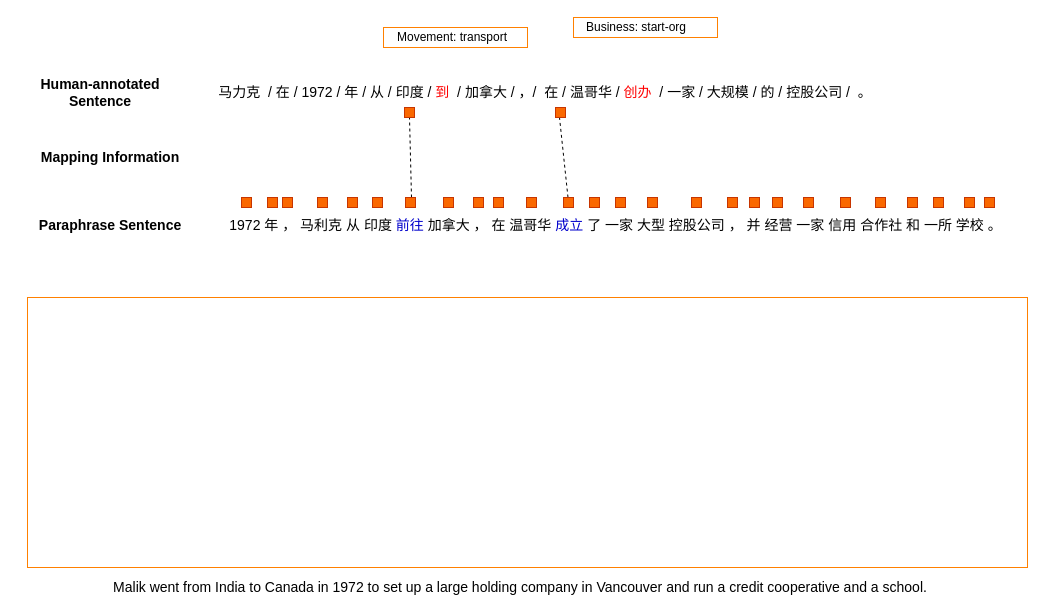
This is alignmeng.drawio from gitofding/first_repository, a draw.io file, before an edit. Source tidied: cells renumbered, new cells numbered last; positions are measured from the earlier drawing's top-left corner, leaving out a move shared by most shapes. Both pictures are drawn from the tidied source at 100%, with x=0, y=0 at pixel (17, 17).
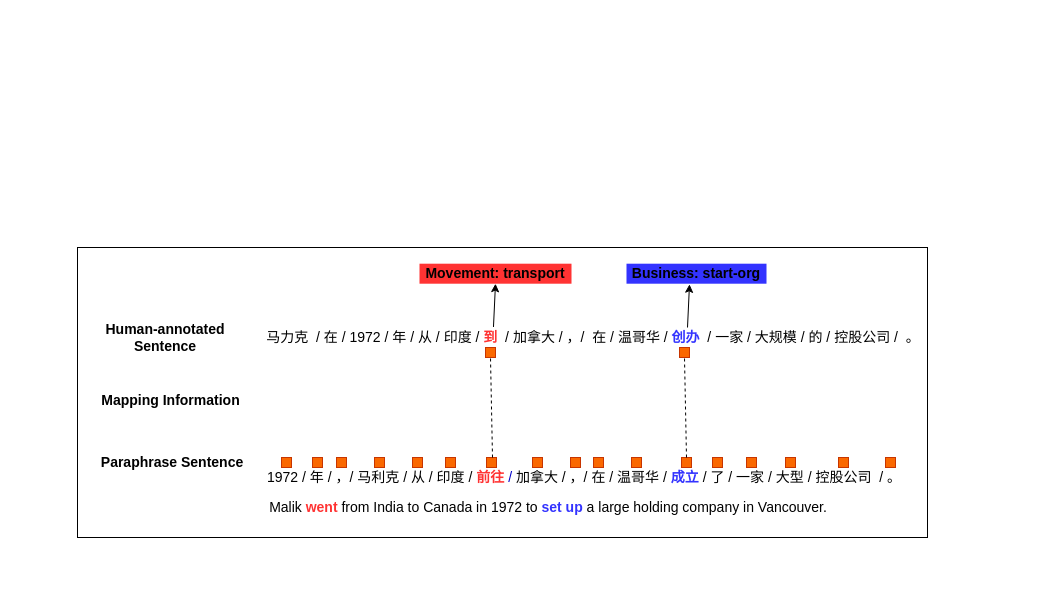
After the change.

Change to the diagram source:
```diff
@@
+    <mxCell id="38" style="rounded=0;whiteSpace=wrap;html=1;" parent="1" vertex="1">
+      <mxGeometry x="60" y="230" width="850" height="290" as="geometry" />
+    </mxCell>
-    <mxCell id="2" value="&lt;font style=&quot;font-size: 14px&quot;&gt;马力克&amp;nbsp; / 在 / 1972 / 年 / 从 / 印度 /&amp;nbsp;&lt;font color=&quot;#ff0000&quot;&gt;到&amp;nbsp; &lt;/font&gt;/ 加拿大 / ，/&amp;nbsp; 在 / 温哥华 /&amp;nbsp;&lt;font color=&quot;#ff0000&quot;&gt;创办&amp;nbsp;&amp;nbsp;&lt;/font&gt;/ 一家 / 大规模 / 的 / 控股公司 /&amp;nbsp; 。&lt;/font&gt;" style="text;html=1;strokeColor=none;fillColor=none;align=center;verticalAlign=middle;whiteSpace=wrap;rounded=0;" parent="1" vertex="1">
-      <mxGeometry x="198" y="50" width="660" height="50" as="geometry" />
+    <mxCell id="2" value="&lt;font style=&quot;font-size: 14px&quot;&gt;马力克&amp;nbsp; / 在 / 1972 / 年 / 从 / 印度 /&amp;nbsp;&lt;b&gt;&lt;font color=&quot;#ff3333&quot;&gt;到&lt;/font&gt;&amp;nbsp;&lt;/b&gt;&amp;nbsp;/ 加拿大 / ，/&amp;nbsp; 在 / 温哥华 /&amp;nbsp;&lt;b&gt;&lt;font color=&quot;#3333ff&quot;&gt;创办&lt;/font&gt;&lt;/b&gt;&lt;font color=&quot;#ff0000&quot;&gt;&amp;nbsp;&amp;nbsp;&lt;/font&gt;/ 一家 / 大规模 / 的 / 控股公司 /&amp;nbsp; 。&lt;/font&gt;" style="text;html=1;strokeColor=none;fillColor=none;align=center;verticalAlign=middle;whiteSpace=wrap;rounded=0;" parent="1" vertex="1">
+      <mxGeometry x="247" y="310" width="658" height="20" as="geometry" />
     </mxCell>
-    <mxCell id="3" value="&lt;font style=&quot;font-size: 14px&quot;&gt;1972 年 ， 马利克 从 印度 &lt;font color=&quot;#0000cc&quot;&gt;前往 &lt;/font&gt;加拿大 ， 在 温哥华 &lt;font color=&quot;#0000cc&quot;&gt;成立 &lt;/font&gt;了 一家 大型 控股公司 ， 并 经营 一家 信用 合作社 和 一所 学校 。&lt;/font&gt;" style="text;html=1;strokeColor=none;fillColor=none;align=center;verticalAlign=middle;whiteSpace=wrap;rounded=0;" parent="1" vertex="1">
-      <mxGeometry x="206.5" y="190" width="783" height="35" as="geometry" />
-    </mxCell>
-    <mxCell id="4" value="&lt;b&gt;&lt;font style=&quot;font-size: 14px&quot;&gt;Human-annotated Sentence&lt;/font&gt;&lt;/b&gt;" style="text;html=1;strokeColor=none;fillColor=none;align=center;verticalAlign=middle;whiteSpace=wrap;rounded=0;" parent="1" vertex="1">
-      <mxGeometry y="65" width="166" height="20" as="geometry" />
-    </mxCell>
+    <mxCell id="43" value="&lt;font style=&quot;font-size: 14px&quot;&gt;1972 / 年 / ，/ 马利克 / 从 / 印度 /&amp;nbsp;&lt;b&gt;&lt;font color=&quot;#ff3333&quot;&gt;前往&lt;/font&gt;&lt;/b&gt;&lt;font color=&quot;#0000cc&quot;&gt; /&amp;nbsp;&lt;/font&gt;加拿大 / ，/ 在 / 温哥华 /&amp;nbsp;&lt;b&gt;&lt;font color=&quot;#3333ff&quot;&gt;成立&lt;/font&gt;&amp;nbsp;&lt;/b&gt;/ 了 / 一家 / 大型 / 控股公司&amp;nbsp; / 。&lt;/font&gt;" style="text;html=1;strokeColor=none;fillColor=none;align=center;verticalAlign=middle;whiteSpace=wrap;rounded=0;" parent="1" vertex="1">
+      <mxGeometry x="247" y="450" width="640" height="20" as="geometry" />
+    </mxCell>
     <mxCell id="5" value="&lt;b&gt;&lt;font style=&quot;font-size: 14px&quot;&gt;Paraphrase Sentence&lt;/font&gt;&lt;/b&gt;" style="text;html=1;strokeColor=none;fillColor=none;align=center;verticalAlign=middle;whiteSpace=wrap;rounded=0;" parent="1" vertex="1">
-      <mxGeometry x="10" y="197.5" width="166" height="20" as="geometry" />
+      <mxGeometry x="80.2" y="435" width="150" height="20" as="geometry" />
     </mxCell>
     <mxCell id="6" value="&lt;b&gt;&lt;font style=&quot;font-size: 14px&quot;&gt;Mapping Information&lt;/font&gt;&lt;/b&gt;" style="text;html=1;strokeColor=none;fillColor=none;align=center;verticalAlign=middle;whiteSpace=wrap;rounded=0;" parent="1" vertex="1">
-      <mxGeometry x="10" y="130" width="166" height="20" as="geometry" />
+      <mxGeometry x="80.2" y="373" width="147" height="20" as="geometry" />
     </mxCell>
-    <mxCell id="7" style="endArrow=none;dashed=1;html=1;exitX=0;exitY=0.75;exitDx=0;exitDy=0;entryX=0.5;entryY=1;entryDx=0;entryDy=0;" parent="1" edge="1">
-      <mxGeometry relative="1" as="geometry">
-        <mxPoint x="550.5" y="180" as="sourcePoint" />
-        <mxPoint x="542" y="100" as="targetPoint" />
-      </mxGeometry>
-    </mxCell>
-    <mxCell id="8" style="endArrow=none;dashed=1;html=1;exitX=0;exitY=0.5;exitDx=0;exitDy=0;entryX=1;entryY=0.5;entryDx=0;entryDy=0;" parent="1" edge="1" target="35">
-      <mxGeometry relative="1" as="geometry">
-        <mxPoint x="394" y="180" as="sourcePoint" />
-      </mxGeometry>
-    </mxCell>
-    <mxCell id="9" style="rounded=0;whiteSpace=wrap;html=1;direction=south;fillColor=#fa6800;strokeColor=#C73500;fontColor=#ffffff;" parent="1" vertex="1">
-      <mxGeometry x="224" y="180" width="10" height="10" as="geometry" />
-    </mxCell>
-    <mxCell id="10" style="rounded=0;whiteSpace=wrap;html=1;direction=south;fillColor=#fa6800;strokeColor=#C73500;fontColor=#ffffff;" parent="1" vertex="1">
-      <mxGeometry x="250" y="180" width="10" height="10" as="geometry" />
-    </mxCell>
-    <mxCell id="11" style="rounded=0;whiteSpace=wrap;html=1;direction=south;fillColor=#fa6800;strokeColor=#C73500;fontColor=#ffffff;" parent="1" vertex="1">
-      <mxGeometry x="265" y="180" width="10" height="10" as="geometry" />
-    </mxCell>
-    <mxCell id="12" style="rounded=0;whiteSpace=wrap;html=1;direction=south;fillColor=#fa6800;strokeColor=#C73500;fontColor=#ffffff;" parent="1" vertex="1">
-      <mxGeometry x="300" y="180" width="10" height="10" as="geometry" />
-    </mxCell>
-    <mxCell id="13" style="rounded=0;whiteSpace=wrap;html=1;direction=south;fillColor=#fa6800;strokeColor=#C73500;fontColor=#ffffff;" parent="1" vertex="1">
-      <mxGeometry x="330" y="180" width="10" height="10" as="geometry" />
-    </mxCell>
-    <mxCell id="14" style="rounded=0;whiteSpace=wrap;html=1;direction=south;fillColor=#fa6800;strokeColor=#C73500;fontColor=#ffffff;" parent="1" vertex="1">
-      <mxGeometry x="355" y="180" width="10" height="10" as="geometry" />
-    </mxCell>
-    <mxCell id="15" style="rounded=0;whiteSpace=wrap;html=1;direction=south;fillColor=#fa6800;strokeColor=#C73500;fontColor=#ffffff;" parent="1" vertex="1">
-      <mxGeometry x="388" y="180" width="10" height="10" as="geometry" />
-    </mxCell>
-    <mxCell id="16" style="rounded=0;whiteSpace=wrap;html=1;direction=south;fillColor=#fa6800;strokeColor=#C73500;fontColor=#ffffff;" parent="1" vertex="1">
-      <mxGeometry x="426" y="180" width="10" height="10" as="geometry" />
-    </mxCell>
-    <mxCell id="17" style="rounded=0;whiteSpace=wrap;html=1;direction=south;fillColor=#fa6800;strokeColor=#C73500;fontColor=#ffffff;" parent="1" vertex="1">
-      <mxGeometry x="456" y="180" width="10" height="10" as="geometry" />
-    </mxCell>
-    <mxCell id="18" style="rounded=0;whiteSpace=wrap;html=1;direction=south;fillColor=#fa6800;strokeColor=#C73500;fontColor=#ffffff;" parent="1" vertex="1">
-      <mxGeometry x="476" y="180" width="10" height="10" as="geometry" />
-    </mxCell>
-    <mxCell id="19" style="rounded=0;whiteSpace=wrap;html=1;direction=south;fillColor=#fa6800;strokeColor=#C73500;fontColor=#ffffff;" parent="1" vertex="1">
-      <mxGeometry x="509" y="180" width="10" height="10" as="geometry" />
-    </mxCell>
-    <mxCell id="20" style="rounded=0;whiteSpace=wrap;html=1;direction=south;fillColor=#fa6800;strokeColor=#C73500;fontColor=#ffffff;" parent="1" vertex="1">
-      <mxGeometry x="546" y="180" width="10" height="10" as="geometry" />
-    </mxCell>
-    <mxCell id="21" style="rounded=0;whiteSpace=wrap;html=1;direction=south;fillColor=#fa6800;strokeColor=#C73500;fontColor=#ffffff;" parent="1" vertex="1">
-      <mxGeometry x="572" y="180" width="10" height="10" as="geometry" />
-    </mxCell>
-    <mxCell id="22" style="rounded=0;whiteSpace=wrap;html=1;direction=south;fillColor=#fa6800;strokeColor=#C73500;fontColor=#ffffff;" parent="1" vertex="1">
-      <mxGeometry x="598" y="180" width="10" height="10" as="geometry" />
-    </mxCell>
-    <mxCell id="23" style="rounded=0;whiteSpace=wrap;html=1;direction=south;fillColor=#fa6800;strokeColor=#C73500;fontColor=#ffffff;" parent="1" vertex="1">
-      <mxGeometry x="630" y="180" width="10" height="10" as="geometry" />
-    </mxCell>
-    <mxCell id="24" style="rounded=0;whiteSpace=wrap;html=1;direction=south;fillColor=#fa6800;strokeColor=#C73500;fontColor=#ffffff;" parent="1" vertex="1">
-      <mxGeometry x="674" y="180" width="10" height="10" as="geometry" />
-    </mxCell>
-    <mxCell id="25" style="rounded=0;whiteSpace=wrap;html=1;direction=south;fillColor=#fa6800;strokeColor=#C73500;fontColor=#ffffff;" parent="1" vertex="1">
-      <mxGeometry x="710" y="180" width="10" height="10" as="geometry" />
-    </mxCell>
-    <mxCell id="26" style="rounded=0;whiteSpace=wrap;html=1;direction=south;fillColor=#fa6800;strokeColor=#C73500;fontColor=#ffffff;" parent="1" vertex="1">
-      <mxGeometry x="732" y="180" width="10" height="10" as="geometry" />
-    </mxCell>
-    <mxCell id="27" style="rounded=0;whiteSpace=wrap;html=1;direction=south;fillColor=#fa6800;strokeColor=#C73500;fontColor=#ffffff;" parent="1" vertex="1">
-      <mxGeometry x="755" y="180" width="10" height="10" as="geometry" />
-    </mxCell>
-    <mxCell id="28" style="rounded=0;whiteSpace=wrap;html=1;direction=south;fillColor=#fa6800;strokeColor=#C73500;fontColor=#ffffff;" parent="1" vertex="1">
-      <mxGeometry x="786" y="180" width="10" height="10" as="geometry" />
-    </mxCell>
-    <mxCell id="29" style="rounded=0;whiteSpace=wrap;html=1;direction=south;fillColor=#fa6800;strokeColor=#C73500;fontColor=#ffffff;" parent="1" vertex="1">
-      <mxGeometry x="823" y="180" width="10" height="10" as="geometry" />
-    </mxCell>
-    <mxCell id="30" style="rounded=0;whiteSpace=wrap;html=1;direction=south;fillColor=#fa6800;strokeColor=#C73500;fontColor=#ffffff;" parent="1" vertex="1">
-      <mxGeometry x="858" y="180" width="10" height="10" as="geometry" />
-    </mxCell>
-    <mxCell id="31" style="rounded=0;whiteSpace=wrap;html=1;direction=south;fillColor=#fa6800;strokeColor=#C73500;fontColor=#ffffff;" parent="1" vertex="1">
-      <mxGeometry x="890" y="180" width="10" height="10" as="geometry" />
-    </mxCell>
-    <mxCell id="32" style="rounded=0;whiteSpace=wrap;html=1;direction=south;fillColor=#fa6800;strokeColor=#C73500;fontColor=#ffffff;" parent="1" vertex="1">
-      <mxGeometry x="916" y="180" width="10" height="10" as="geometry" />
-    </mxCell>
-    <mxCell id="33" style="rounded=0;whiteSpace=wrap;html=1;direction=south;fillColor=#fa6800;strokeColor=#C73500;fontColor=#ffffff;" parent="1" vertex="1">
-      <mxGeometry x="947" y="180" width="10" height="10" as="geometry" />
-    </mxCell>
-    <mxCell id="34" style="rounded=0;whiteSpace=wrap;html=1;direction=south;fillColor=#fa6800;strokeColor=#C73500;fontColor=#ffffff;" parent="1" vertex="1">
-      <mxGeometry x="967" y="180" width="10" height="10" as="geometry" />
-    </mxCell>
-    <mxCell id="35" style="rounded=0;whiteSpace=wrap;html=1;direction=south;fillColor=#fa6800;strokeColor=#C73500;fontColor=#ffffff;" parent="1" vertex="1">
-      <mxGeometry x="387" y="90" width="10" height="10" as="geometry" />
-    </mxCell>
-    <mxCell id="36" style="rounded=0;whiteSpace=wrap;html=1;direction=south;fillColor=#fa6800;strokeColor=#C73500;fontColor=#ffffff;" parent="1" vertex="1">
-      <mxGeometry x="538" y="90" width="10" height="10" as="geometry" />
-    </mxCell>
-    <mxCell id="37" value="&lt;font style=&quot;font-size: 14px&quot;&gt;Malik went from India to Canada in 1972 to set up a large holding company in Vancouver and run a credit cooperative and a school.&lt;/font&gt;" style="text;html=1;strokeColor=none;fillColor=none;align=center;verticalAlign=middle;whiteSpace=wrap;rounded=0;" parent="1" vertex="1">
-      <mxGeometry x="90" y="560" width="826" height="20" as="geometry" />
-    </mxCell>
-    <mxCell id="38" style="rounded=0;whiteSpace=wrap;html=1;strokeColor=#FF8000;" parent="1" vertex="1">
-      <mxGeometry x="10" y="280" width="1000" height="270" as="geometry" />
-    </mxCell>
-    <mxCell id="39" style="rounded=0;whiteSpace=wrap;html=1;strokeColor=#FF8000;" parent="1" vertex="1">
-      <mxGeometry x="366" y="10" width="144" height="20" as="geometry" />
-    </mxCell>
+    <mxCell id="4" value="&lt;b&gt;&lt;font style=&quot;font-size: 14px&quot;&gt;Human-annotated Sentence&lt;/font&gt;&lt;/b&gt;" style="text;html=1;strokeColor=none;fillColor=none;align=center;verticalAlign=middle;whiteSpace=wrap;rounded=0;" parent="1" vertex="1">
+      <mxGeometry x="80.2" y="310" width="135.5" height="20" as="geometry" />
+    </mxCell>
+    <mxCell id="44" value="&lt;span style=&quot;font-size: 14px&quot;&gt;Malik &lt;b&gt;&lt;font color=&quot;#ff3333&quot;&gt;went&lt;/font&gt;&lt;/b&gt; from India to Canada in 1972 to &lt;b&gt;&lt;font color=&quot;#3333ff&quot;&gt;set up&lt;/font&gt;&lt;/b&gt; a large holding company in Vancouver.&lt;/span&gt;" style="text;html=1;strokeColor=none;fillColor=none;align=center;verticalAlign=middle;whiteSpace=wrap;rounded=0;" parent="1" vertex="1">
+      <mxGeometry x="250" y="480" width="562" height="20" as="geometry" />
+    </mxCell>
-    <mxCell id="40" value="Movement: transport" style="text;html=1;strokeColor=none;fillColor=none;align=center;verticalAlign=middle;whiteSpace=wrap;rounded=0;" parent="1" vertex="1">
-      <mxGeometry x="370" y="10" width="130" height="20" as="geometry" />
+    <mxCell id="40" value="&lt;font style=&quot;font-size: 14px&quot;&gt;&lt;b&gt;Movement: transport&lt;/b&gt;&lt;/font&gt;" style="text;html=1;strokeColor=none;fillColor=#FF3333;align=center;verticalAlign=middle;whiteSpace=wrap;rounded=0;" parent="1" vertex="1">
+      <mxGeometry x="402" y="246.2" width="152" height="20" as="geometry" />
     </mxCell>
-    <mxCell id="41" style="rounded=0;whiteSpace=wrap;html=1;strokeColor=#FF8000;" parent="1" vertex="1">
-      <mxGeometry x="556" width="144" height="20" as="geometry" />
-    </mxCell>
-    <mxCell id="42" value="Business: start-org" style="text;html=1;strokeColor=none;fillColor=none;align=center;verticalAlign=middle;whiteSpace=wrap;rounded=0;" parent="1" vertex="1">
-      <mxGeometry x="554" width="130" height="20" as="geometry" />
+    <mxCell id="42" value="&lt;font style=&quot;font-size: 14px&quot;&gt;&lt;b&gt;Business: start-org&lt;/b&gt;&lt;/font&gt;" style="text;html=1;strokeColor=none;fillColor=#3333FF;align=center;verticalAlign=middle;whiteSpace=wrap;rounded=0;" parent="1" vertex="1">
+      <mxGeometry x="609" y="246.2" width="140" height="20" as="geometry" />
     </mxCell>
+    <mxCell id="45" style="endArrow=classic;html=1;entryX=0.5;entryY=1;entryDx=0;entryDy=0;exitX=0.348;exitY=-0.026;exitDx=0;exitDy=0;exitPerimeter=0;" parent="1" edge="1" source="2" target="40">
+      <mxGeometry relative="1" as="geometry" />
+    </mxCell>
+    <mxCell id="46" style="endArrow=classic;html=1;entryX=0.5;entryY=1;entryDx=0;entryDy=0;exitX=0.348;exitY=-0.026;exitDx=0;exitDy=0;exitPerimeter=0;" parent="1" edge="1">
+      <mxGeometry relative="1" as="geometry">
+        <mxPoint x="670" y="310" as="sourcePoint" />
+        <mxPoint x="672" y="266.8" as="targetPoint" />
+      </mxGeometry>
+    </mxCell>
+    <mxCell id="47" style="endArrow=none;dashed=1;html=1;entryX=0.347;entryY=1.056;entryDx=0;entryDy=0;entryPerimeter=0;" parent="1" edge="1" source="66" target="2">
+      <mxGeometry relative="1" as="geometry" />
+    </mxCell>
+    <mxCell id="48" style="endArrow=none;dashed=1;html=1;entryX=0.634;entryY=1.009;entryDx=0;entryDy=0;entryPerimeter=0;exitX=0;exitY=0.5;exitDx=0;exitDy=0;" parent="1" edge="1" source="68" target="2">
+      <mxGeometry relative="1" as="geometry" />
+    </mxCell>
+    <mxCell id="49" style="rounded=0;whiteSpace=wrap;html=1;direction=south;fillColor=#fa6800;strokeColor=#C73500;fontColor=#ffffff;" parent="1" vertex="1">
+      <mxGeometry x="264" y="440" width="10" height="10" as="geometry" />
+    </mxCell>
+    <mxCell id="50" style="rounded=0;whiteSpace=wrap;html=1;direction=south;fillColor=#fa6800;strokeColor=#C73500;fontColor=#ffffff;" parent="1" vertex="1">
+      <mxGeometry x="295" y="440" width="10" height="10" as="geometry" />
+    </mxCell>
+    <mxCell id="51" style="rounded=0;whiteSpace=wrap;html=1;direction=south;fillColor=#fa6800;strokeColor=#C73500;fontColor=#ffffff;" parent="1" vertex="1">
+      <mxGeometry x="319" y="440" width="10" height="10" as="geometry" />
+    </mxCell>
+    <mxCell id="52" style="rounded=0;whiteSpace=wrap;html=1;direction=south;fillColor=#fa6800;strokeColor=#C73500;fontColor=#ffffff;" parent="1" vertex="1">
+      <mxGeometry x="357" y="440" width="10" height="10" as="geometry" />
+    </mxCell>
+    <mxCell id="53" style="rounded=0;whiteSpace=wrap;html=1;direction=south;fillColor=#fa6800;strokeColor=#C73500;fontColor=#ffffff;" parent="1" vertex="1">
+      <mxGeometry x="395" y="440" width="10" height="10" as="geometry" />
+    </mxCell>
+    <mxCell id="54" style="rounded=0;whiteSpace=wrap;html=1;direction=south;fillColor=#fa6800;strokeColor=#C73500;fontColor=#ffffff;" parent="1" vertex="1">
+      <mxGeometry x="428" y="440" width="10" height="10" as="geometry" />
+    </mxCell>
+    <mxCell id="55" style="rounded=0;whiteSpace=wrap;html=1;direction=south;fillColor=#fa6800;strokeColor=#C73500;fontColor=#ffffff;" parent="1" vertex="1">
+      <mxGeometry x="469" y="440" width="10" height="10" as="geometry" />
+    </mxCell>
+    <mxCell id="56" style="rounded=0;whiteSpace=wrap;html=1;direction=south;fillColor=#fa6800;strokeColor=#C73500;fontColor=#ffffff;" parent="1" vertex="1">
+      <mxGeometry x="515" y="440" width="10" height="10" as="geometry" />
+    </mxCell>
+    <mxCell id="57" style="rounded=0;whiteSpace=wrap;html=1;direction=south;fillColor=#fa6800;strokeColor=#C73500;fontColor=#ffffff;" parent="1" vertex="1">
+      <mxGeometry x="553" y="440" width="10" height="10" as="geometry" />
+    </mxCell>
+    <mxCell id="58" style="rounded=0;whiteSpace=wrap;html=1;direction=south;fillColor=#fa6800;strokeColor=#C73500;fontColor=#ffffff;" parent="1" vertex="1">
+      <mxGeometry x="576" y="440" width="10" height="10" as="geometry" />
+    </mxCell>
+    <mxCell id="59" style="rounded=0;whiteSpace=wrap;html=1;direction=south;fillColor=#fa6800;strokeColor=#C73500;fontColor=#ffffff;" parent="1" vertex="1">
+      <mxGeometry x="614" y="440" width="10" height="10" as="geometry" />
+    </mxCell>
+    <mxCell id="60" style="rounded=0;whiteSpace=wrap;html=1;direction=south;fillColor=#fa6800;strokeColor=#C73500;fontColor=#ffffff;" parent="1" vertex="1">
+      <mxGeometry x="695" y="440" width="10" height="10" as="geometry" />
+    </mxCell>
+    <mxCell id="61" style="rounded=0;whiteSpace=wrap;html=1;direction=south;fillColor=#fa6800;strokeColor=#C73500;fontColor=#ffffff;" parent="1" vertex="1">
+      <mxGeometry x="664" y="440" width="10" height="10" as="geometry" />
+    </mxCell>
+    <mxCell id="62" style="rounded=0;whiteSpace=wrap;html=1;direction=south;fillColor=#fa6800;strokeColor=#C73500;fontColor=#ffffff;" parent="1" vertex="1">
+      <mxGeometry x="729" y="440" width="10" height="10" as="geometry" />
+    </mxCell>
+    <mxCell id="63" style="rounded=0;whiteSpace=wrap;html=1;direction=south;fillColor=#fa6800;strokeColor=#C73500;fontColor=#ffffff;" parent="1" vertex="1">
+      <mxGeometry x="768" y="440" width="10" height="10" as="geometry" />
+    </mxCell>
+    <mxCell id="64" style="rounded=0;whiteSpace=wrap;html=1;direction=south;fillColor=#fa6800;strokeColor=#C73500;fontColor=#ffffff;" parent="1" vertex="1">
+      <mxGeometry x="821" y="440" width="10" height="10" as="geometry" />
+    </mxCell>
+    <mxCell id="65" style="rounded=0;whiteSpace=wrap;html=1;direction=south;fillColor=#fa6800;strokeColor=#C73500;fontColor=#ffffff;" parent="1" vertex="1">
+      <mxGeometry x="868" y="440" width="10" height="10" as="geometry" />
+    </mxCell>
+    <mxCell id="66" style="rounded=0;whiteSpace=wrap;html=1;direction=south;fillColor=#fa6800;strokeColor=#C73500;fontColor=#ffffff;" parent="1" vertex="1">
+      <mxGeometry x="468" y="330" width="10" height="10" as="geometry" />
+    </mxCell>
+    <mxCell id="67" style="endArrow=none;dashed=1;html=1;entryX=1;entryY=0.5;entryDx=0;entryDy=0;" parent="1" edge="1" target="66">
+      <mxGeometry relative="1" as="geometry">
+        <mxPoint x="475" y="440" as="sourcePoint" />
+      </mxGeometry>
+    </mxCell>
+    <mxCell id="68" style="rounded=0;whiteSpace=wrap;html=1;direction=south;fillColor=#fa6800;strokeColor=#C73500;fontColor=#ffffff;" parent="1" vertex="1">
+      <mxGeometry x="662" y="330" width="10" height="10" as="geometry" />
+    </mxCell>
+    <mxCell id="69" style="endArrow=none;dashed=1;html=1;entryX=1;entryY=0.5;entryDx=0;entryDy=0;exitX=0;exitY=0.5;exitDx=0;exitDy=0;" parent="1" edge="1" target="68">
+      <mxGeometry relative="1" as="geometry">
+        <mxPoint x="669" y="440" as="sourcePoint" />
+      </mxGeometry>
+    </mxCell>
```
